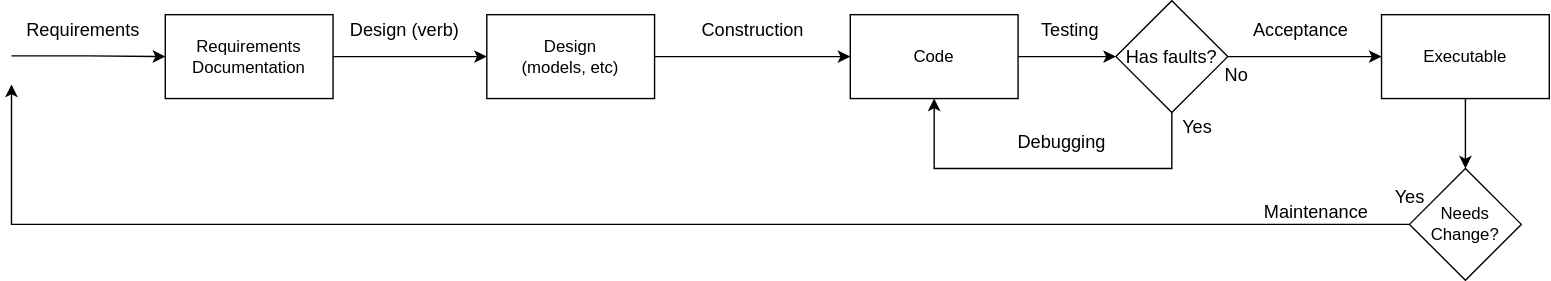
This is post-media/SWEBOK-transform/transform-pipe.drawio.svg from farlee2121/DevEssentialsBlog, a draw.io export, as it was before one commit. Source tidied: cells renumbered, new cells last; positions are measured from the earlier drawing's top-left corner, leaving out a move shared by most shapes.
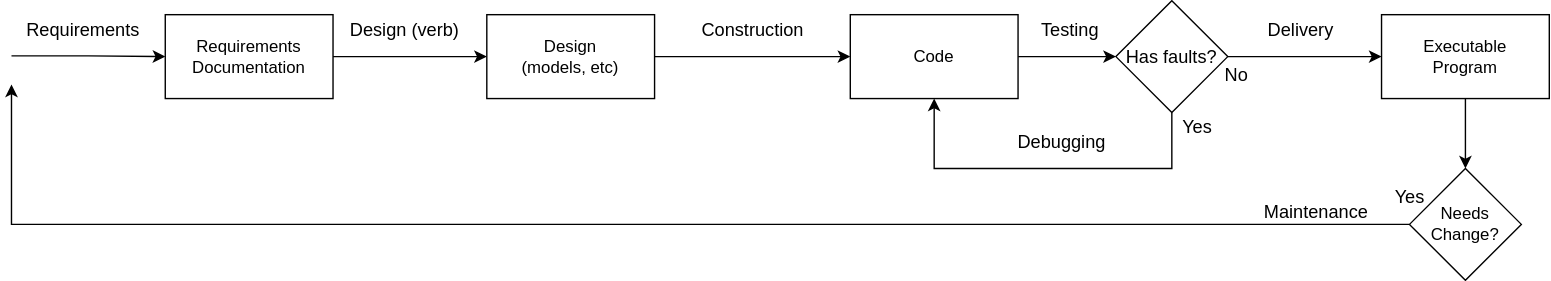
After the commit.

Change to the diagram source:
```diff
@@ -52,7 +52,7 @@
         </Array>
       </mxGeometry>
     </mxCell>
-    <mxCell id="14" value="Acceptance" style="edgeLabel;html=1;align=center;verticalAlign=middle;fontSize=13;" parent="13" vertex="1">
+    <mxCell id="14" value="Delivery" style="edgeLabel;html=1;align=center;verticalAlign=middle;fontSize=13;" parent="13" vertex="1">
       <mxGeometry x="-0.25" y="-1" relative="1" as="geometry">
         <mxPoint x="10" y="-21" as="offset" />
       </mxGeometry>
@@ -82,7 +82,7 @@
     <mxCell id="20" style="edgeStyle=orthogonalEdgeStyle;rounded=0;jettySize=auto;html=1;fontSize=13;" parent="1" edge="1" source="21" target="24">
       <mxGeometry relative="1" as="geometry" />
     </mxCell>
-    <mxCell id="21" value="Executable" style="whiteSpace=wrap;html=1;" parent="1" vertex="1">
+    <mxCell id="21" value="Executable&lt;br&gt;Program" style="whiteSpace=wrap;html=1;" parent="1" vertex="1">
       <mxGeometry x="980" y="10" width="120" height="60" as="geometry" />
     </mxCell>
     <mxCell id="22" style="edgeStyle=orthogonalEdgeStyle;rounded=0;jettySize=auto;html=1;fontSize=13;" parent="1" edge="1" source="24">
```
